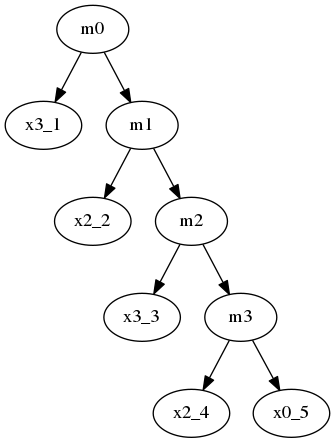
Earlier version of the Graphviz export GuiTool/image/RMA/RMADot.png (iitramar/guiTool). Its source is kept beside it as GuiTool/image/RMA/RMADot.dot.
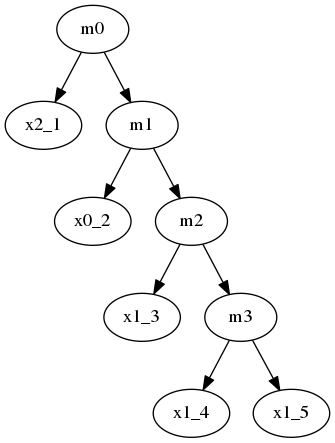
After the commit.

What changed in the source:
```diff
@@ -1,10 +1,10 @@
 digraph minmix{
-m0 -> x3_1 ;
+m0 -> x2_1 ;
 m0 -> m1;
-m1 -> x2_2 ;
+m1 -> x0_2 ;
 m1 -> m2;
-m2 -> x3_3 ;
+m2 -> x1_3 ;
 m2 -> m3;
-m3 -> x2_4 ;
-m3 -> x0_5;
+m3 -> x1_4 ;
+m3 -> x1_5;
 }
```
